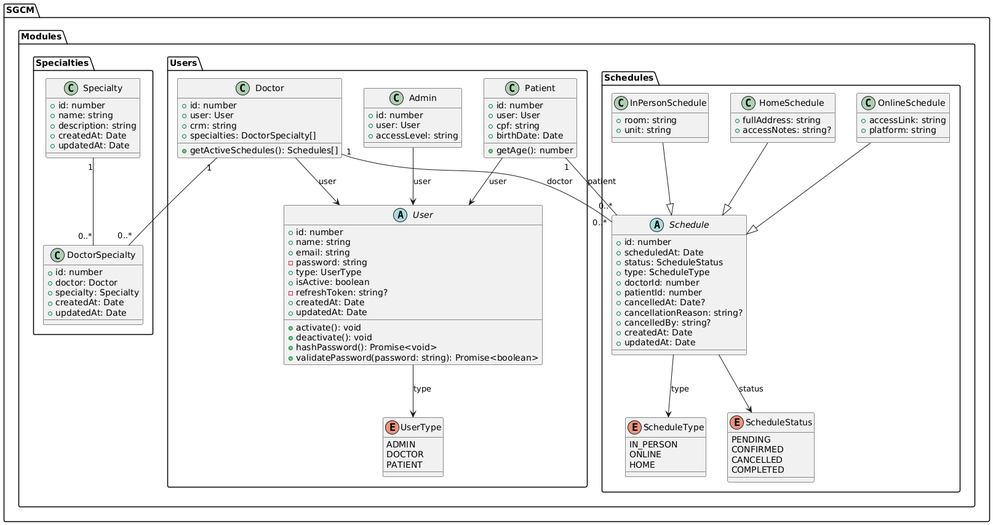
Earlier version of the PlantUML export UML/UML-SGCM.png (Bressane06/sgcm). Its diagram source:
```plantuml
@startuml
package "SGCM" {

    package "Modules" {

        package "Users" {

            enum UserType {
                ADMIN
                DOCTOR
                PATIENT
            }

            abstract class User {
                +id: number
                +name: string
                +email: string
                -password: string
                +type: UserType
                +isActive: boolean
                -refreshToken: string?
                +createdAt: Date
                +updatedAt: Date

                +activate(): void
                +deactivate(): void
                +hashPassword(): Promise<void>
                +validatePassword(password: string): Promise<boolean>
            }

            User --> UserType : type

            class Patient {
                +id: number
                +user: User
                +cpf: string
                +birthDate: Date

                +getAge(): number
            }

            class Admin {
                +id: number
                +user: User
                +accessLevel: string
            }

            class Doctor {
                +id: number
                +user: User
                +crm: string
                +specialties: DoctorSpecialty[]

                +getActiveSchedules(): Schedules[]
            }

            Patient --> User : user
            Admin --> User : user
            Doctor --> User : user

        }

        package "Specialties" {

            class Specialty {
                +id: number
                +name: string
                +description: string
                +createdAt: Date
                +updatedAt: Date
            }

            class DoctorSpecialty {
                +id: number
                +doctor: Doctor
                +specialty: Specialty
                +createdAt: Date
                +updatedAt: Date
            }

            Doctor "1" -- "0..*" DoctorSpecialty
            Specialty "1" -- "0..*" DoctorSpecialty
        }

        package "Schedules" {

            enum ScheduleStatus {
                PENDING
                CONFIRMED
                CANCELLED
                COMPLETED
            }

            enum ScheduleType {
                IN_PERSON
                ONLINE
                HOME
            }

            abstract class Schedule {
                +id: number
                +scheduledAt: Date
                +status: ScheduleStatus
                +type: ScheduleType
                +doctorId: number
                +patientId: number
                +cancelledAt: Date?
                +cancellationReason: string?
                +cancelledBy: string?
                +createdAt: Date
                +updatedAt: Date
            }

            Schedule --> ScheduleStatus : status
            Schedule --> ScheduleType : type

            class InPersonSchedule {
                +room: string
                +unit: string
            }

            class OnlineSchedule {
                +accessLink: string
                +platform: string
            }

            class HomeSchedule {
                +fullAddress: string
                +accessNotes: string?
            }

            InPersonSchedule --|> Schedule
            OnlineSchedule --|> Schedule
            HomeSchedule --|> Schedule

            Doctor "1" -- "0..*" Schedule : doctor
            Patient "1" -- "0..*" Schedule : patient
        }

    }

}
@enduml
```
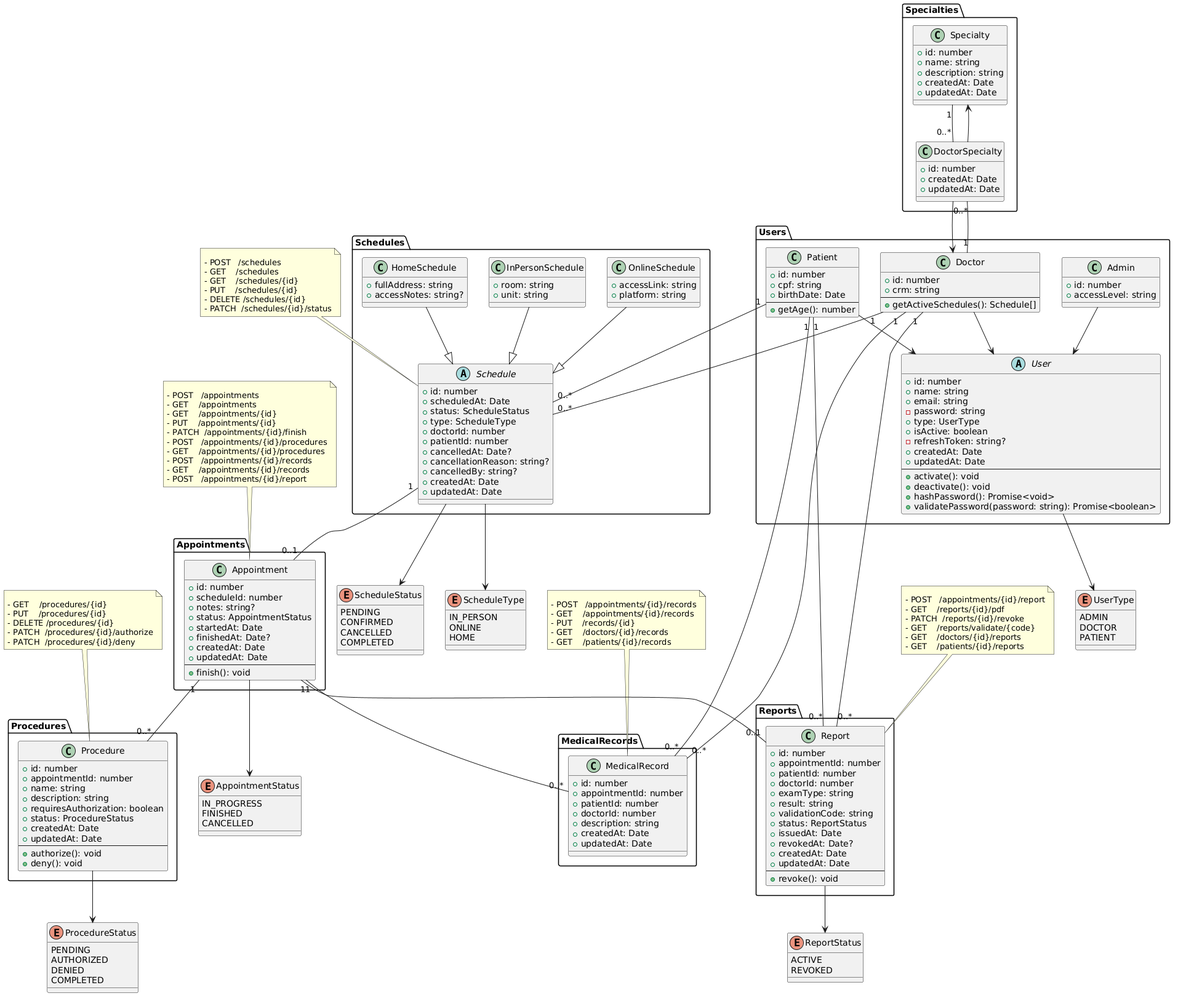
Above is the later version.

What changed in the source:
```diff
@@ -1,143 +1,299 @@
 @startuml
-package "SGCM" {
 
-    package "Modules" {
+enum UserType {
+    ADMIN
+    DOCTOR
+    PATIENT
+}
 
-        package "Users" {
+enum ScheduleStatus {
+    PENDING
+    CONFIRMED
+    CANCELLED
+    COMPLETED
+}
 
-            enum UserType {
-                ADMIN
-                DOCTOR
-                PATIENT
-            }
+enum ScheduleType {
+    IN_PERSON
+    ONLINE
+    HOME
+}
 
-            abstract class User {
-                +id: number
-                +name: string
-                +email: string
-                -password: string
-                +type: UserType
-                +isActive: boolean
-                -refreshToken: string?
-                +createdAt: Date
-                +updatedAt: Date
+enum AppointmentStatus {
+    IN_PROGRESS
+    FINISHED
+    CANCELLED
+}
 
-                +activate(): void
-                +deactivate(): void
-                +hashPassword(): Promise<void>
-                +validatePassword(password: string): Promise<boolean>
-            }
+enum ProcedureStatus {
+    PENDING
+    AUTHORIZED
+    DENIED
+    COMPLETED
+}
 
-            User --> UserType : type
+enum ReportStatus {
+    ACTIVE
+    REVOKED
+}
 
-            class Patient {
-                +id: number
-                +user: User
-                +cpf: string
-                +birthDate: Date
 
-                +getAge(): number
-            }
+package "Users" {
 
-            class Admin {
-                +id: number
-                +user: User
-                +accessLevel: string
-            }
-
-            class Doctor {
-                +id: number
-                +user: User
-                +crm: string
-                +specialties: DoctorSpecialty[]
-
-                +getActiveSchedules(): Schedules[]
-            }
-
-            Patient --> User : user
-            Admin --> User : user
-            Doctor --> User : user
-
-        }
-
-        package "Specialties" {
-
-            class Specialty {
-                +id: number
-                +name: string
-                +description: string
-                +createdAt: Date
-                +updatedAt: Date
-            }
-
-            class DoctorSpecialty {
-                +id: number
-                +doctor: Doctor
-                +specialty: Specialty
-                +createdAt: Date
-                +updatedAt: Date
-            }
-
-            Doctor "1" -- "0..*" DoctorSpecialty
-            Specialty "1" -- "0..*" DoctorSpecialty
-        }
-
-        package "Schedules" {
-
-            enum ScheduleStatus {
-                PENDING
-                CONFIRMED
-                CANCELLED
-                COMPLETED
-            }
-
-            enum ScheduleType {
-                IN_PERSON
-                ONLINE
-                HOME
-            }
-
-            abstract class Schedule {
-                +id: number
-                +scheduledAt: Date
-                +status: ScheduleStatus
-                +type: ScheduleType
-                +doctorId: number
-                +patientId: number
-                +cancelledAt: Date?
-                +cancellationReason: string?
-                +cancelledBy: string?
-                +createdAt: Date
-                +updatedAt: Date
-            }
-
-            Schedule --> ScheduleStatus : status
-            Schedule --> ScheduleType : type
-
-            class InPersonSchedule {
-                +room: string
-                +unit: string
-            }
-
-            class OnlineSchedule {
-                +accessLink: string
-                +platform: string
-            }
-
-            class HomeSchedule {
-                +fullAddress: string
-                +accessNotes: string?
-            }
-
-            InPersonSchedule --|> Schedule
-            OnlineSchedule --|> Schedule
-            HomeSchedule --|> Schedule
-
-            Doctor "1" -- "0..*" Schedule : doctor
-            Patient "1" -- "0..*" Schedule : patient
-        }
-
+    abstract class User {
+        +id: number
+        +name: string
+        +email: string
+        -password: string
+        +type: UserType
+        +isActive: boolean
+        -refreshToken: string?
+        +createdAt: Date
+        +updatedAt: Date
+        --
+        +activate(): void
+        +deactivate(): void
+        +hashPassword(): Promise<void>
+        +validatePassword(password: string): Promise<boolean>
     }
 
+    class Patient {
+        +id: number
+        +cpf: string
+        +birthDate: Date
+        --
+        +getAge(): number
+    }
+
+    class Admin {
+        +id: number
+        +accessLevel: string
+    }
+
+    class Doctor {
+        +id: number
+        +crm: string
+        --
+        +getActiveSchedules(): Schedule[]
+    }
+
+    User --> UserType
+    Patient --> User
+    Admin --> User
+    Doctor --> User
+
 }
+
+
+package "Specialties" {
+
+    class Specialty {
+        +id: number
+        +name: string
+        +description: string
+        +createdAt: Date
+        +updatedAt: Date
+    }
+
+    class DoctorSpecialty {
+        +id: number
+        +createdAt: Date
+        +updatedAt: Date
+    }
+
+    Doctor "1" -- "0..*" DoctorSpecialty
+    Specialty "1" -- "0..*" DoctorSpecialty
+    DoctorSpecialty --> Doctor
+    DoctorSpecialty --> Specialty
+
+}
+
+
+package "Schedules" {
+
+    abstract class Schedule {
+        +id: number
+        +scheduledAt: Date
+        +status: ScheduleStatus
+        +type: ScheduleType
+        +doctorId: number
+        +patientId: number
+        +cancelledAt: Date?
+        +cancellationReason: string?
+        +cancelledBy: string?
+        +createdAt: Date
+        +updatedAt: Date
+    }
+
+    class InPersonSchedule {
+        +room: string
+        +unit: string
+    }
+
+    class OnlineSchedule {
+        +accessLink: string
+        +platform: string
+    }
+
+    class HomeSchedule {
+        +fullAddress: string
+        +accessNotes: string?
+    }
+
+    Schedule --> ScheduleStatus
+    Schedule --> ScheduleType
+
+    InPersonSchedule --|> Schedule
+    OnlineSchedule --|> Schedule
+    HomeSchedule --|> Schedule
+
+    Doctor "1" -- "0..*" Schedule
+    Patient "1" -- "0..*" Schedule
+
+}
+
+
+package "Appointments" {
+
+    class Appointment {
+        +id: number
+        +scheduleId: number
+        +notes: string?
+        +status: AppointmentStatus
+        +startedAt: Date
+        +finishedAt: Date?
+        +createdAt: Date
+        +updatedAt: Date
+        --
+        +finish(): void
+    }
+
+    Appointment --> AppointmentStatus
+
+    Schedule "1" -- "0..1" Appointment
+
+}
+
+
+package "Procedures" {
+
+    class Procedure {
+        +id: number
+        +appointmentId: number
+        +name: string
+        +description: string
+        +requiresAuthorization: boolean
+        +status: ProcedureStatus
+        +createdAt: Date
+        +updatedAt: Date
+        --
+        +authorize(): void
+        +deny(): void
+    }
+
+    Procedure --> ProcedureStatus
+
+    Appointment "1" -- "0..*" Procedure
+
+}
+
+
+package "MedicalRecords" {
+
+    class MedicalRecord {
+        +id: number
+        +appointmentId: number
+        +patientId: number
+        +doctorId: number
+        +description: string
+        +createdAt: Date
+        +updatedAt: Date
+    }
+
+    Appointment "1" -- "0..*" MedicalRecord
+    Doctor "1" -- "0..*" MedicalRecord
+    Patient "1" -- "0..*" MedicalRecord
+
+}
+
+
+package "Reports" {
+
+    class Report {
+        +id: number
+        +appointmentId: number
+        +patientId: number
+        +doctorId: number
+        +examType: string
+        +result: string
+        +validationCode: string
+        +status: ReportStatus
+        +issuedAt: Date
+        +revokedAt: Date?
+        +createdAt: Date
+        +updatedAt: Date
+        --
+        +revoke(): void
+    }
+
+    Report --> ReportStatus
+
+    Appointment "1" -- "0..1" Report
+    Doctor "1" -- "0..*" Report
+    Patient "1" -- "0..*" Report
+
+}
+
+
+note top of Schedule
+    **Endpoints relacionados:**
+    - POST   /schedules
+    - GET    /schedules
+    - GET    /schedules/{id}
+    - PUT    /schedules/{id}
+    - DELETE /schedules/{id}
+    - PATCH  /schedules/{id}/status
+end note
+
+note top of Appointment
+    **Endpoints relacionados:**
+    - POST   /appointments
+    - GET    /appointments
+    - GET    /appointments/{id}
+    - PUT    /appointments/{id}
+    - PATCH  /appointments/{id}/finish
+    - POST   /appointments/{id}/procedures
+    - GET    /appointments/{id}/procedures
+    - POST   /appointments/{id}/records
+    - GET    /appointments/{id}/records
+    - POST   /appointments/{id}/report
+end note
+
+note top of Procedure
+    **Endpoints relacionados:**
+    - GET    /procedures/{id}
+    - PUT    /procedures/{id}
+    - DELETE /procedures/{id}
+    - PATCH  /procedures/{id}/authorize
+    - PATCH  /procedures/{id}/deny
+end note
+
+note top of MedicalRecord
+    **Endpoints relacionados:**
+    - POST   /appointments/{id}/records
+    - GET    /appointments/{id}/records
+    - PUT    /records/{id}
+    - GET    /doctors/{id}/records
+    - GET    /patients/{id}/records
+end note
+
+note top of Report
+    **Endpoints relacionados:**
+    - POST   /appointments/{id}/report
+    - GET    /reports/{id}/pdf
+    - PATCH  /reports/{id}/revoke
+    - GET    /reports/validate/{code}
+    - GET    /doctors/{id}/reports
+    - GET    /patients/{id}/reports
+end note
 @enduml
```
